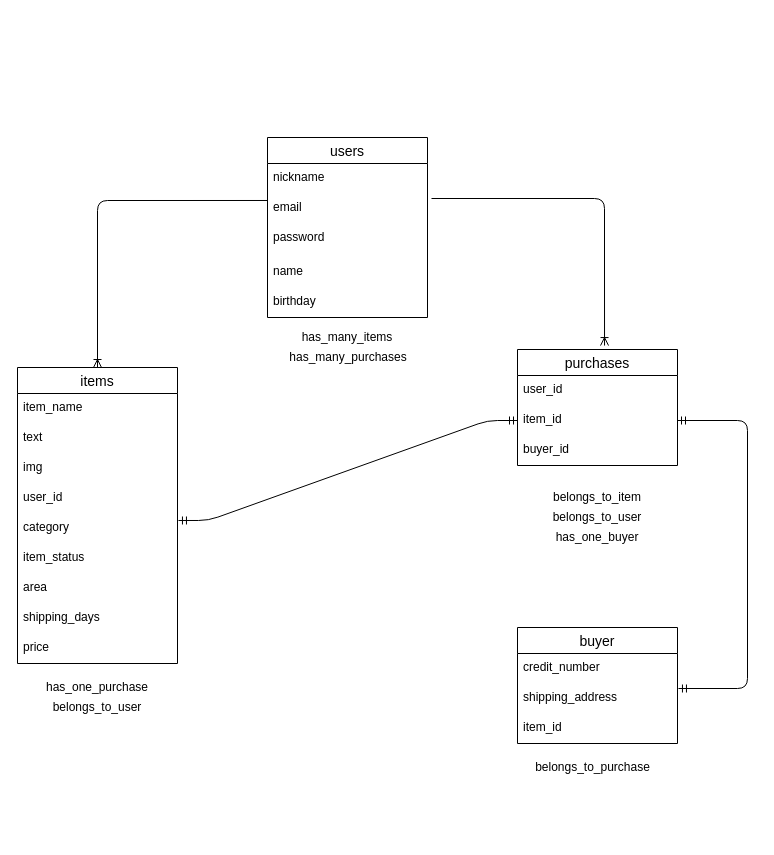
This is ER.dio from outputonlypunch2020xx/furima-30622, a draw.io file, before an edit. Source tidied: cells renumbered, new cells numbered last; positions are measured from the earlier drawing's top-left corner, leaving out a move shared by most shapes. Both pictures are drawn from the tidied source at 100%, with x=0, y=0 at pixel (17, 137).
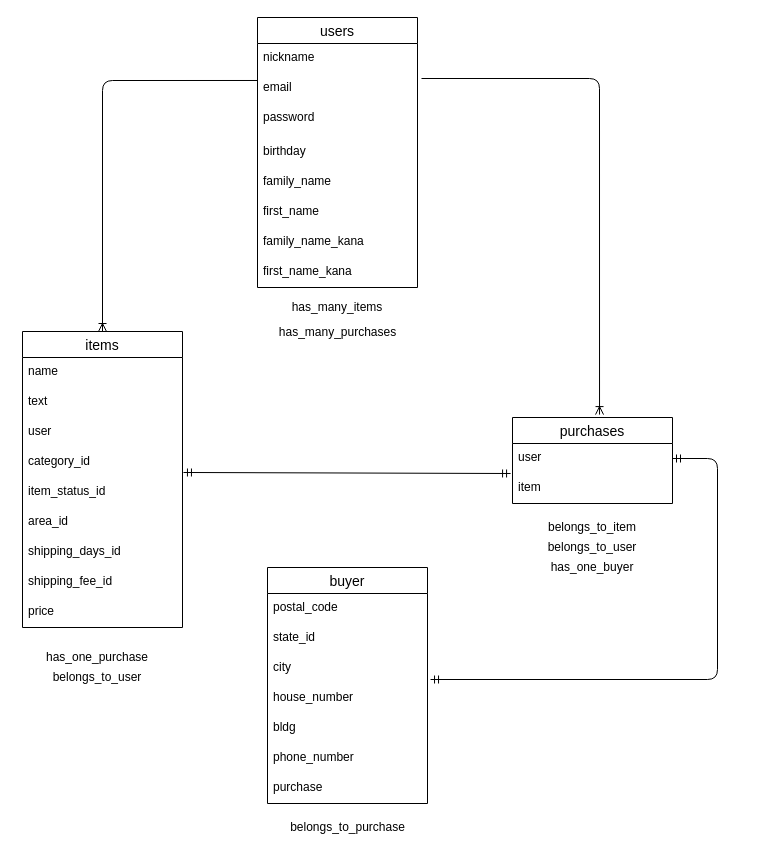
Above is the later version.

What changed in the source:
```diff
@@
     <mxCell id="4" value="has_one_purchase" style="text;html=1;strokeColor=none;fillColor=none;align=center;verticalAlign=middle;whiteSpace=wrap;rounded=0;" parent="1" vertex="1">
-      <mxGeometry x="5" y="540" width="150" height="20" as="geometry" />
+      <mxGeometry x="5" y="510" width="150" height="20" as="geometry" />
     </mxCell>
     <mxCell id="5" value="belongs_to_user" style="text;html=1;strokeColor=none;fillColor=none;align=center;verticalAlign=middle;whiteSpace=wrap;rounded=0;" parent="1" vertex="1">
-      <mxGeometry x="5" y="560" width="150" height="20" as="geometry" />
+      <mxGeometry x="5" y="530" width="150" height="20" as="geometry" />
     </mxCell>
     <mxCell id="6" value="belongs_to_item" style="text;html=1;strokeColor=none;fillColor=none;align=center;verticalAlign=middle;whiteSpace=wrap;rounded=0;" parent="1" vertex="1">
-      <mxGeometry x="520" y="350" width="120" height="20" as="geometry" />
+      <mxGeometry x="515" y="380" width="120" height="20" as="geometry" />
     </mxCell>
     <mxCell id="7" value="has_many_purchases" style="text;html=1;strokeColor=none;fillColor=none;align=center;verticalAlign=middle;whiteSpace=wrap;rounded=0;" parent="1" vertex="1">
-      <mxGeometry x="281" y="210" width="100" height="20" as="geometry" />
+      <mxGeometry x="270" y="190" width="101" height="10" as="geometry" />
     </mxCell>
     <mxCell id="8" value="belongs_to_user" style="text;html=1;strokeColor=none;fillColor=none;align=center;verticalAlign=middle;whiteSpace=wrap;rounded=0;" parent="1" vertex="1">
-      <mxGeometry x="525" y="370" width="110" height="20" as="geometry" />
+      <mxGeometry x="520" y="400" width="110" height="20" as="geometry" />
     </mxCell>
-    <mxCell id="9" style="fontSize=12;html=1;endArrow=ERmandOne;startArrow=ERmandOne;entryX=1;entryY=0.5;entryDx=0;entryDy=0;exitX=1.006;exitY=0.167;exitDx=0;exitDy=0;exitPerimeter=0;edgeStyle=orthogonalEdgeStyle;" parent="1" edge="1" source="35" target="31">
+    <mxCell id="9" style="fontSize=12;html=1;endArrow=ERmandOne;startArrow=ERmandOne;exitX=1.019;exitY=-0.133;exitDx=0;exitDy=0;exitPerimeter=0;edgeStyle=orthogonalEdgeStyle;entryX=1;entryY=0.5;entryDx=0;entryDy=0;" parent="1" edge="1" source="43" target="30">
       <mxGeometry relative="1" as="geometry">
         <Array as="points">
-          <mxPoint x="730" y="551" />
-          <mxPoint x="730" y="283" />
+          <mxPoint x="700" y="542" />
+          <mxPoint x="700" y="321" />
         </Array>
       </mxGeometry>
     </mxCell>
     <mxCell id="10" value="has_one_buyer" style="text;html=1;strokeColor=none;fillColor=none;align=center;verticalAlign=middle;whiteSpace=wrap;rounded=0;" parent="1" vertex="1">
-      <mxGeometry x="540" y="390" width="80" height="20" as="geometry" />
+      <mxGeometry x="535" y="420" width="80" height="20" as="geometry" />
     </mxCell>
     <mxCell id="11" value="belongs_to_purchase" style="text;html=1;align=center;verticalAlign=middle;" parent="1" vertex="1">
-      <mxGeometry x="510" y="620" width="130" height="20" as="geometry" />
+      <mxGeometry x="265" y="680" width="130" height="20" as="geometry" />
     </mxCell>
     <mxCell id="12" value="has_many_items" style="text;html=1;strokeColor=none;fillColor=none;align=center;verticalAlign=middle;whiteSpace=wrap;rounded=0;" parent="1" vertex="1">
-      <mxGeometry x="250" y="190" width="160" height="20" as="geometry" />
+      <mxGeometry x="240" y="160" width="160" height="20" as="geometry" />
     </mxCell>
+    <mxCell id="37" style="fontSize=12;html=1;endArrow=ERmandOne;startArrow=ERmandOne;exitX=1.006;exitY=-0.167;exitDx=0;exitDy=0;exitPerimeter=0;entryX=-0.012;entryY=0;entryDx=0;entryDy=0;entryPerimeter=0;" parent="1" edge="1" source="18" target="31">
+      <mxGeometry relative="1" as="geometry" />
+    </mxCell>
+    <mxCell id="23" value="users" style="swimlane;fontStyle=0;horizontal=1;startSize=26;align=center;fontSize=14;" parent="1" vertex="1">
+      <mxGeometry x="240" y="-120" width="160" height="270" as="geometry" />
+    </mxCell>
+    <mxCell id="24" value="nickname" style="text;strokeColor=none;fillColor=none;spacingLeft=4;spacingRight=4;overflow=hidden;fontSize=12;" parent="23" vertex="1">
+      <mxGeometry y="26" width="160" height="30" as="geometry" />
+    </mxCell>
+    <mxCell id="25" value="email" style="text;strokeColor=none;fillColor=none;spacingLeft=4;spacingRight=4;overflow=hidden;points=[[0,0.5],[1,0.5]];portConstraint=eastwest;fontSize=12;" parent="23" vertex="1">
+      <mxGeometry y="56" width="160" height="30" as="geometry" />
+    </mxCell>
+    <mxCell id="26" value="password" style="text;strokeColor=none;fillColor=none;spacingLeft=4;spacingRight=4;overflow=hidden;fontSize=12;" parent="23" vertex="1">
+      <mxGeometry y="86" width="160" height="34" as="geometry" />
+    </mxCell>
+    <mxCell id="28" value="birthday" style="text;strokeColor=none;fillColor=none;spacingLeft=4;spacingRight=4;overflow=hidden;fontSize=12;" parent="23" vertex="1">
+      <mxGeometry y="120" width="160" height="30" as="geometry" />
+    </mxCell>
+    <mxCell id="38" value="family_name" style="text;strokeColor=none;fillColor=none;spacingLeft=4;spacingRight=4;overflow=hidden;fontSize=12;" parent="23" vertex="1">
+      <mxGeometry y="150" width="160" height="30" as="geometry" />
+    </mxCell>
+    <mxCell id="39" value="first_name" style="text;strokeColor=none;fillColor=none;spacingLeft=4;spacingRight=4;overflow=hidden;fontSize=12;" parent="23" vertex="1">
+      <mxGeometry y="180" width="160" height="30" as="geometry" />
+    </mxCell>
+    <mxCell id="40" value="family_name_kana" style="text;strokeColor=none;fillColor=none;spacingLeft=4;spacingRight=4;overflow=hidden;fontSize=12;" parent="23" vertex="1">
+      <mxGeometry y="210" width="160" height="30" as="geometry" />
+    </mxCell>
+    <mxCell id="41" value="first_name_kana" style="text;strokeColor=none;fillColor=none;spacingLeft=4;spacingRight=4;overflow=hidden;fontSize=12;" parent="23" vertex="1">
+      <mxGeometry y="240" width="160" height="30" as="geometry" />
+    </mxCell>
     <mxCell id="13" value="items" style="swimlane;fontStyle=0;horizontal=1;startSize=26;align=center;fontSize=14;" parent="1" vertex="1">
-      <mxGeometry y="230" width="160" height="296" as="geometry" />
+      <mxGeometry x="5" y="194" width="160" height="296" as="geometry" />
     </mxCell>
-    <mxCell id="14" value="item_name" style="text;strokeColor=none;fillColor=none;spacingLeft=4;spacingRight=4;overflow=hidden;fontSize=12;" parent="13" vertex="1">
+    <mxCell id="14" value="name" style="text;strokeColor=none;fillColor=none;spacingLeft=4;spacingRight=4;overflow=hidden;fontSize=12;" parent="13" vertex="1">
       <mxGeometry y="26" width="160" height="30" as="geometry" />
     </mxCell>
@@
-    <mxCell id="16" value="img" style="text;strokeColor=none;fillColor=none;spacingLeft=4;spacingRight=4;overflow=hidden;fontSize=12;" parent="13" vertex="1">
+    <mxCell id="16" value="user" style="text;strokeColor=none;fillColor=none;spacingLeft=4;spacingRight=4;overflow=hidden;fontSize=12;" parent="13" vertex="1">
       <mxGeometry y="86" width="160" height="30" as="geometry" />
     </mxCell>
-    <mxCell id="17" value="user_id" style="text;strokeColor=none;fillColor=none;spacingLeft=4;spacingRight=4;overflow=hidden;fontSize=12;" parent="13" vertex="1">
+    <mxCell id="17" value="category_id" style="text;strokeColor=none;fillColor=none;spacingLeft=4;spacingRight=4;overflow=hidden;fontSize=12;" parent="13" vertex="1">
       <mxGeometry y="116" width="160" height="30" as="geometry" />
     </mxCell>
-    <mxCell id="18" value="category" style="text;strokeColor=none;fillColor=none;spacingLeft=4;spacingRight=4;overflow=hidden;points=[[0,0.5],[1,0.5]];portConstraint=eastwest;fontSize=12;" parent="13" vertex="1">
+    <mxCell id="18" value="item_status_id " style="text;strokeColor=none;fillColor=none;spacingLeft=4;spacingRight=4;overflow=hidden;points=[[0,0.5],[1,0.5]];portConstraint=eastwest;fontSize=12;" parent="13" vertex="1">
       <mxGeometry y="146" width="160" height="30" as="geometry" />
     </mxCell>
-    <mxCell id="19" value="item_status" style="text;strokeColor=none;fillColor=none;spacingLeft=4;spacingRight=4;overflow=hidden;fontSize=12;" parent="13" vertex="1">
+    <mxCell id="19" value="area_id" style="text;strokeColor=none;fillColor=none;spacingLeft=4;spacingRight=4;overflow=hidden;fontSize=12;" parent="13" vertex="1">
       <mxGeometry y="176" width="160" height="30" as="geometry" />
     </mxCell>
-    <mxCell id="20" value="area" style="text;strokeColor=none;fillColor=none;spacingLeft=4;spacingRight=4;overflow=hidden;fontSize=12;" parent="13" vertex="1">
-      <mxGeometry y="206" width="160" height="30" as="geometry" />
-    </mxCell>
-    <mxCell id="21" value="shipping_days" style="text;strokeColor=none;fillColor=none;spacingLeft=4;spacingRight=4;overflow=hidden;fontSize=12;" parent="13" vertex="1">
-      <mxGeometry y="236" width="160" height="30" as="geometry" />
+    <mxCell id="21" value="shipping_days_id" style="text;strokeColor=none;fillColor=none;spacingLeft=4;spacingRight=4;overflow=hidden;fontSize=12;" parent="13" vertex="1">
+      <mxGeometry y="206" width="160" height="30" as="geometry" />
     </mxCell>
-    <mxCell id="22" value="price" style="text;strokeColor=none;fillColor=none;spacingLeft=4;spacingRight=4;overflow=hidden;fontSize=12;" parent="13" vertex="1">
-      <mxGeometry y="266" width="160" height="30" as="geometry" />
+    <mxCell id="22" value="shipping_fee_id " style="text;strokeColor=none;fillColor=none;spacingLeft=4;spacingRight=4;overflow=hidden;fontSize=12;" parent="13" vertex="1">
+      <mxGeometry y="236" width="160" height="30" as="geometry" />
     </mxCell>
-    <mxCell id="23" value="users" style="swimlane;fontStyle=0;horizontal=1;startSize=26;align=center;fontSize=14;" parent="1" vertex="1">
-      <mxGeometry x="250" width="160" height="180" as="geometry" />
-    </mxCell>
-    <mxCell id="24" value="nickname" style="text;strokeColor=none;fillColor=none;spacingLeft=4;spacingRight=4;overflow=hidden;fontSize=12;" parent="23" vertex="1">
-      <mxGeometry y="26" width="160" height="30" as="geometry" />
-    </mxCell>
-    <mxCell id="25" value="email" style="text;strokeColor=none;fillColor=none;spacingLeft=4;spacingRight=4;overflow=hidden;points=[[0,0.5],[1,0.5]];portConstraint=eastwest;fontSize=12;" parent="23" vertex="1">
-      <mxGeometry y="56" width="160" height="30" as="geometry" />
-    </mxCell>
-    <mxCell id="26" value="password" style="text;strokeColor=none;fillColor=none;spacingLeft=4;spacingRight=4;overflow=hidden;fontSize=12;" parent="23" vertex="1">
-      <mxGeometry y="86" width="160" height="34" as="geometry" />
-    </mxCell>
-    <mxCell id="27" value="name" style="text;strokeColor=none;fillColor=none;spacingLeft=4;spacingRight=4;overflow=hidden;fontSize=12;" parent="23" vertex="1">
-      <mxGeometry y="120" width="160" height="30" as="geometry" />
-    </mxCell>
-    <mxCell id="28" value="birthday" style="text;strokeColor=none;fillColor=none;spacingLeft=4;spacingRight=4;overflow=hidden;fontSize=12;" parent="23" vertex="1">
-      <mxGeometry y="150" width="160" height="30" as="geometry" />
-    </mxCell>
+    <mxCell id="42" value="price " style="text;strokeColor=none;fillColor=none;spacingLeft=4;spacingRight=4;overflow=hidden;fontSize=12;" parent="13" vertex="1">
+      <mxGeometry y="266" width="160" height="30" as="geometry" />
+    </mxCell>
     <mxCell id="29" value="purchases" style="swimlane;fontStyle=0;horizontal=1;startSize=26;align=center;fontSize=14;" parent="1" vertex="1">
-      <mxGeometry x="500" y="212" width="160" height="116" as="geometry" />
+      <mxGeometry x="495" y="280" width="160" height="86" as="geometry" />
     </mxCell>
-    <mxCell id="30" value="user_id" style="text;strokeColor=none;fillColor=none;spacingLeft=4;spacingRight=4;overflow=hidden;points=[[0,0.5],[1,0.5]];portConstraint=eastwest;fontSize=12;" parent="29" vertex="1">
+    <mxCell id="30" value="user" style="text;strokeColor=none;fillColor=none;spacingLeft=4;spacingRight=4;overflow=hidden;points=[[0,0.5],[1,0.5]];portConstraint=eastwest;fontSize=12;" parent="29" vertex="1">
       <mxGeometry y="26" width="160" height="30" as="geometry" />
     </mxCell>
-    <mxCell id="31" value="item_id" style="text;strokeColor=none;fillColor=none;spacingLeft=4;spacingRight=4;overflow=hidden;points=[[0,0.5],[1,0.5]];portConstraint=eastwest;fontSize=12;" parent="29" vertex="1">
+    <mxCell id="31" value="item" style="text;strokeColor=none;fillColor=none;spacingLeft=4;spacingRight=4;overflow=hidden;points=[[0,0.5],[1,0.5]];portConstraint=eastwest;fontSize=12;" parent="29" vertex="1">
       <mxGeometry y="56" width="160" height="30" as="geometry" />
     </mxCell>
-    <mxCell id="32" value="buyer_id" style="text;strokeColor=none;fillColor=none;spacingLeft=4;spacingRight=4;overflow=hidden;fontSize=12;" parent="29" vertex="1">
-      <mxGeometry y="86" width="160" height="30" as="geometry" />
-    </mxCell>
     <mxCell id="33" value="buyer" style="swimlane;fontStyle=0;horizontal=1;startSize=26;align=center;fontSize=14;" parent="1" vertex="1">
-      <mxGeometry x="500" y="490" width="160" height="116" as="geometry" />
+      <mxGeometry x="250" y="430" width="160" height="236" as="geometry" />
     </mxCell>
-    <mxCell id="34" value="credit_number" style="text;strokeColor=none;fillColor=none;spacingLeft=4;spacingRight=4;overflow=hidden;fontSize=12;" parent="33" vertex="1">
+    <mxCell id="34" value="postal_code" style="text;strokeColor=none;fillColor=none;spacingLeft=4;spacingRight=4;overflow=hidden;fontSize=12;" parent="33" vertex="1">
       <mxGeometry y="26" width="160" height="30" as="geometry" />
     </mxCell>
-    <mxCell id="35" value="shipping_address" style="text;strokeColor=none;fillColor=none;spacingLeft=4;spacingRight=4;overflow=hidden;points=[[0,0.5],[1,0.5]];portConstraint=eastwest;fontSize=12;" parent="33" vertex="1">
+    <mxCell id="35" value="state_id" style="text;strokeColor=none;fillColor=none;spacingLeft=4;spacingRight=4;overflow=hidden;points=[[0,0.5],[1,0.5]];portConstraint=eastwest;fontSize=12;" parent="33" vertex="1">
       <mxGeometry y="56" width="160" height="30" as="geometry" />
     </mxCell>
-    <mxCell id="36" value="item_id" style="text;strokeColor=none;fillColor=none;spacingLeft=4;spacingRight=4;overflow=hidden;fontSize=12;" parent="33" vertex="1">
+    <mxCell id="36" value="city" style="text;strokeColor=none;fillColor=none;spacingLeft=4;spacingRight=4;overflow=hidden;fontSize=12;" parent="33" vertex="1">
       <mxGeometry y="86" width="160" height="30" as="geometry" />
     </mxCell>
-    <mxCell id="37" style="edgeStyle=entityRelationEdgeStyle;fontSize=12;html=1;endArrow=ERmandOne;startArrow=ERmandOne;exitX=1.006;exitY=0.233;exitDx=0;exitDy=0;exitPerimeter=0;entryX=0;entryY=0.5;entryDx=0;entryDy=0;" parent="1" edge="1" source="18" target="31">
-      <mxGeometry relative="1" as="geometry" />
-    </mxCell>
+    <mxCell id="43" value="house_number" style="text;strokeColor=none;fillColor=none;spacingLeft=4;spacingRight=4;overflow=hidden;points=[[0,0.5],[1,0.5]];portConstraint=eastwest;fontSize=12;" parent="33" vertex="1">
+      <mxGeometry y="116" width="160" height="30" as="geometry" />
+    </mxCell>
+    <mxCell id="44" value="bldg" style="text;strokeColor=none;fillColor=none;spacingLeft=4;spacingRight=4;overflow=hidden;fontSize=12;" parent="33" vertex="1">
+      <mxGeometry y="146" width="160" height="30" as="geometry" />
+    </mxCell>
+    <mxCell id="45" value="phone_number" style="text;strokeColor=none;fillColor=none;spacingLeft=4;spacingRight=4;overflow=hidden;fontSize=12;" parent="33" vertex="1">
+      <mxGeometry y="176" width="160" height="30" as="geometry" />
+    </mxCell>
+    <mxCell id="46" value="purchase " style="text;strokeColor=none;fillColor=none;spacingLeft=4;spacingRight=4;overflow=hidden;fontSize=12;fontStyle=0;" parent="33" vertex="1">
+      <mxGeometry y="206" width="160" height="30" as="geometry" />
+    </mxCell>
```
